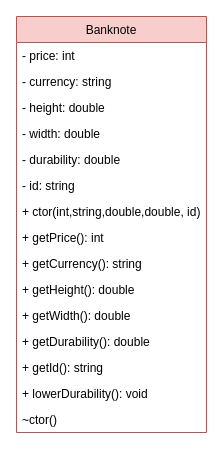
bondarenkoigor/Banknote keeps this draw.io diagram as UML/Untitled Diagram.drawio. Above is the earlier version. Source tidied: cells renumbered, new cells numbered last; positions are measured from the earlier drawing's top-left corner, leaving out a move shared by most shapes. Both pictures are drawn from the tidied source at 100%, with x=0, y=0 at pixel (16, 16).
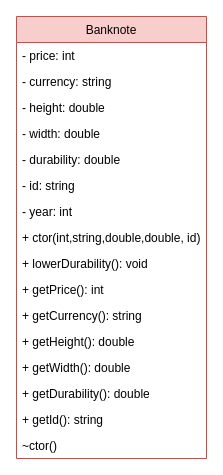
The same page after the edit.

What changed in the source:
```diff
@@
 <mxGraphModel>
   <root>
     <mxCell id="0" />
     <mxCell id="1" parent="0" />
     <mxCell id="2" value="Banknote" style="swimlane;fontStyle=0;horizontal=1;startSize=26;fillColor=#f8cecc;strokeColor=#b85450;" parent="1" vertex="1">
-      <mxGeometry width="190" height="416" as="geometry" />
+      <mxGeometry width="190" height="442" as="geometry" />
     </mxCell>
     <mxCell id="3" value="- price: int" style="text;strokeColor=none;fillColor=none;align=left;verticalAlign=top;spacingLeft=4;spacingRight=4;overflow=hidden;" parent="2" vertex="1">
       <mxGeometry y="26" width="190" height="26" as="geometry" />
     </mxCell>
     <mxCell id="4" value="- currency: string" style="text;strokeColor=none;fillColor=none;align=left;verticalAlign=top;spacingLeft=4;spacingRight=4;overflow=hidden;" parent="2" vertex="1">
       <mxGeometry y="52" width="190" height="26" as="geometry" />
     </mxCell>
     <mxCell id="5" value="- height: double" style="text;strokeColor=none;fillColor=none;align=left;verticalAlign=top;spacingLeft=4;spacingRight=4;overflow=hidden;" parent="2" vertex="1">
       <mxGeometry y="78" width="190" height="26" as="geometry" />
     </mxCell>
     <mxCell id="6" value="- width: double" style="text;strokeColor=none;fillColor=none;align=left;verticalAlign=top;spacingLeft=4;spacingRight=4;overflow=hidden;" parent="2" vertex="1">
       <mxGeometry y="104" width="190" height="26" as="geometry" />
     </mxCell>
     <mxCell id="7" value="- durability: double" style="text;strokeColor=none;fillColor=none;align=left;verticalAlign=top;spacingLeft=4;spacingRight=4;overflow=hidden;" parent="2" vertex="1">
       <mxGeometry y="130" width="190" height="26" as="geometry" />
     </mxCell>
     <mxCell id="8" value="- id: string" style="text;strokeColor=none;fillColor=none;align=left;verticalAlign=top;spacingLeft=4;spacingRight=4;overflow=hidden;" parent="2" vertex="1">
       <mxGeometry y="156" width="190" height="26" as="geometry" />
     </mxCell>
+    <mxCell id="18" value="- year: int" style="text;strokeColor=none;fillColor=none;align=left;verticalAlign=top;spacingLeft=4;spacingRight=4;overflow=hidden;" parent="2" vertex="1">
+      <mxGeometry y="182" width="190" height="26" as="geometry" />
+    </mxCell>
     <mxCell id="9" value="+ ctor(int,string,double,double, id)" style="text;strokeColor=none;fillColor=none;align=left;verticalAlign=top;spacingLeft=4;spacingRight=4;overflow=hidden;" parent="2" vertex="1">
-      <mxGeometry y="182" width="190" height="26" as="geometry" />
+      <mxGeometry y="208" width="190" height="26" as="geometry" />
     </mxCell>
+    <mxCell id="16" value="+ lowerDurability(): void" style="text;strokeColor=none;fillColor=none;align=left;verticalAlign=top;spacingLeft=4;spacingRight=4;overflow=hidden;" parent="2" vertex="1">
+      <mxGeometry y="234" width="190" height="26" as="geometry" />
+    </mxCell>
     <mxCell id="10" value="+ getPrice(): int " style="text;strokeColor=none;fillColor=none;align=left;verticalAlign=top;spacingLeft=4;spacingRight=4;overflow=hidden;" parent="2" vertex="1">
-      <mxGeometry y="208" width="190" height="26" as="geometry" />
+      <mxGeometry y="260" width="190" height="26" as="geometry" />
     </mxCell>
     <mxCell id="11" value="+ getCurrency(): string" style="text;strokeColor=none;fillColor=none;align=left;verticalAlign=top;spacingLeft=4;spacingRight=4;overflow=hidden;" parent="2" vertex="1">
-      <mxGeometry y="234" width="190" height="26" as="geometry" />
+      <mxGeometry y="286" width="190" height="26" as="geometry" />
     </mxCell>
     <mxCell id="12" value="+ getHeight(): double" style="text;strokeColor=none;fillColor=none;align=left;verticalAlign=top;spacingLeft=4;spacingRight=4;overflow=hidden;" parent="2" vertex="1">
-      <mxGeometry y="260" width="190" height="26" as="geometry" />
+      <mxGeometry y="312" width="190" height="26" as="geometry" />
     </mxCell>
     <mxCell id="13" value="+ getWidth(): double" style="text;strokeColor=none;fillColor=none;align=left;verticalAlign=top;spacingLeft=4;spacingRight=4;overflow=hidden;" parent="2" vertex="1">
-      <mxGeometry y="286" width="190" height="26" as="geometry" />
+      <mxGeometry y="338" width="190" height="26" as="geometry" />
     </mxCell>
     <mxCell id="14" value="+ getDurability(): double" style="text;strokeColor=none;fillColor=none;align=left;verticalAlign=top;spacingLeft=4;spacingRight=4;overflow=hidden;" parent="2" vertex="1">
-      <mxGeometry y="312" width="190" height="26" as="geometry" />
+      <mxGeometry y="364" width="190" height="26" as="geometry" />
     </mxCell>
     <mxCell id="15" value="+ getId(): string" style="text;strokeColor=none;fillColor=none;align=left;verticalAlign=top;spacingLeft=4;spacingRight=4;overflow=hidden;" parent="2" vertex="1">
-      <mxGeometry y="338" width="190" height="26" as="geometry" />
+      <mxGeometry y="390" width="190" height="26" as="geometry" />
     </mxCell>
-    <mxCell id="16" value="+ lowerDurability(): void" style="text;strokeColor=none;fillColor=none;align=left;verticalAlign=top;spacingLeft=4;spacingRight=4;overflow=hidden;" parent="2" vertex="1">
-      <mxGeometry y="364" width="190" height="26" as="geometry" />
-    </mxCell>
     <mxCell id="17" value="~ctor()" style="text;strokeColor=none;fillColor=none;align=left;verticalAlign=top;spacingLeft=4;spacingRight=4;overflow=hidden;" parent="2" vertex="1">
-      <mxGeometry y="390" width="190" height="26" as="geometry" />
+      <mxGeometry y="416" width="190" height="26" as="geometry" />
     </mxCell>
   </root>
 </mxGraphModel>
```
